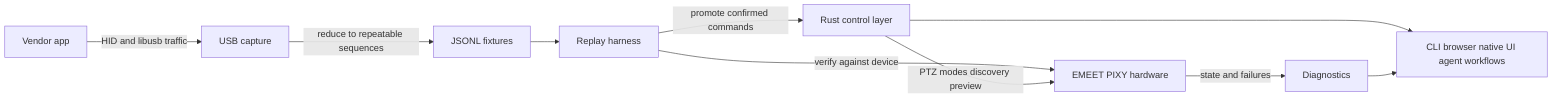
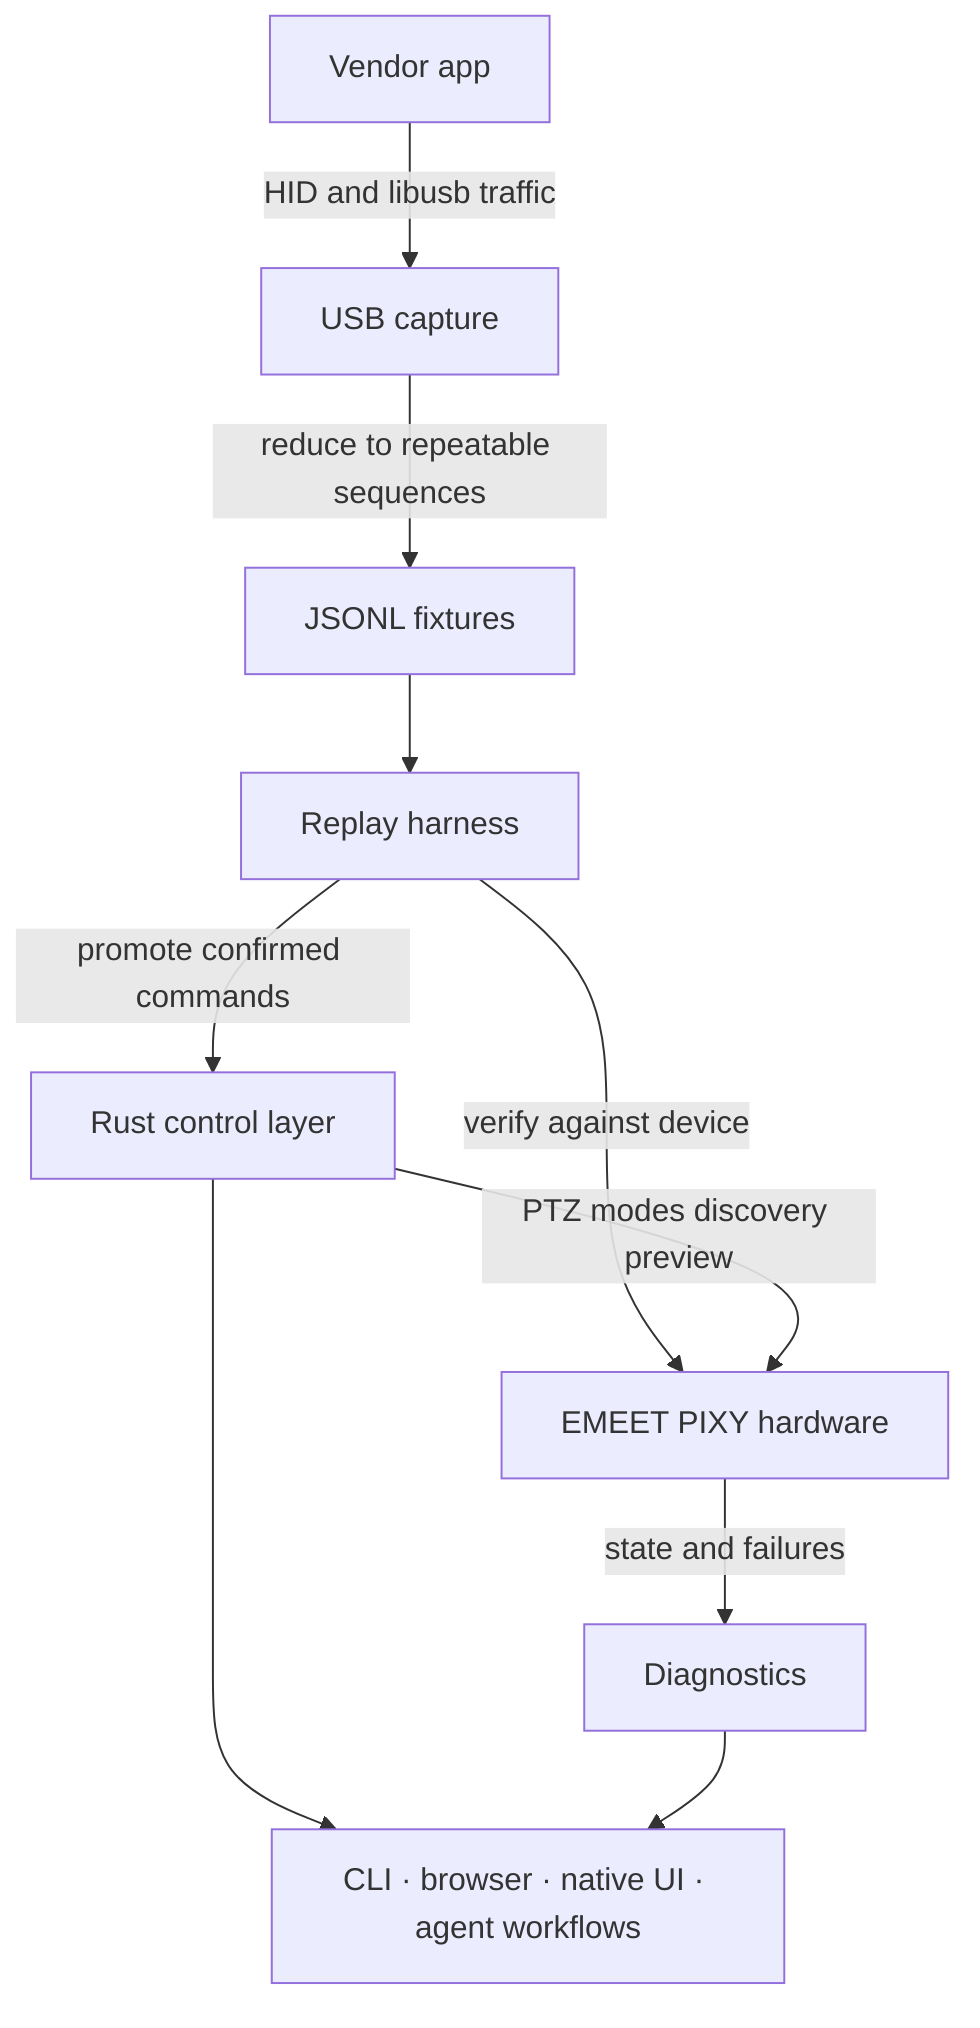
%% Generated diagram source - run `pnpm generate:diagrams` after editing and commit the updated SVG.
- flowchart LR
-   vendor["Vendor app"]
-   capture["USB capture"]
-   fixture["JSONL fixtures"]
-   replay["Replay harness"]
-   rust["Rust control layer"]
-   surfaces["CLI browser native UI agent workflows"]
-   hardware["EMEET PIXY hardware"]
-   diagnostics["Diagnostics"]
- 
-   vendor -->|"HID and libusb traffic"| capture
-   capture -->|"reduce to repeatable sequences"| fixture
-   fixture --> replay
-   replay -->|"verify against device"| hardware
-   replay -->|"promote confirmed commands"| rust
-   rust --> surfaces
+ flowchart TD
+   vendor["Vendor app"] -->|"HID and libusb traffic"| capture["USB capture"]
+   capture -->|"reduce to repeatable sequences"| fixture["JSONL fixtures"]
+   fixture --> replay["Replay harness"]
+   replay -->|"verify against device"| hardware["EMEET PIXY hardware"]
+   replay -->|"promote confirmed commands"| rust["Rust control layer"]
+   rust --> surfaces["CLI · browser · native UI · agent workflows"]
  rust -->|"PTZ modes discovery preview"| hardware
-   hardware -->|"state and failures"| diagnostics
+   hardware -->|"state and failures"| diagnostics["Diagnostics"]
  diagnostics --> surfaces
